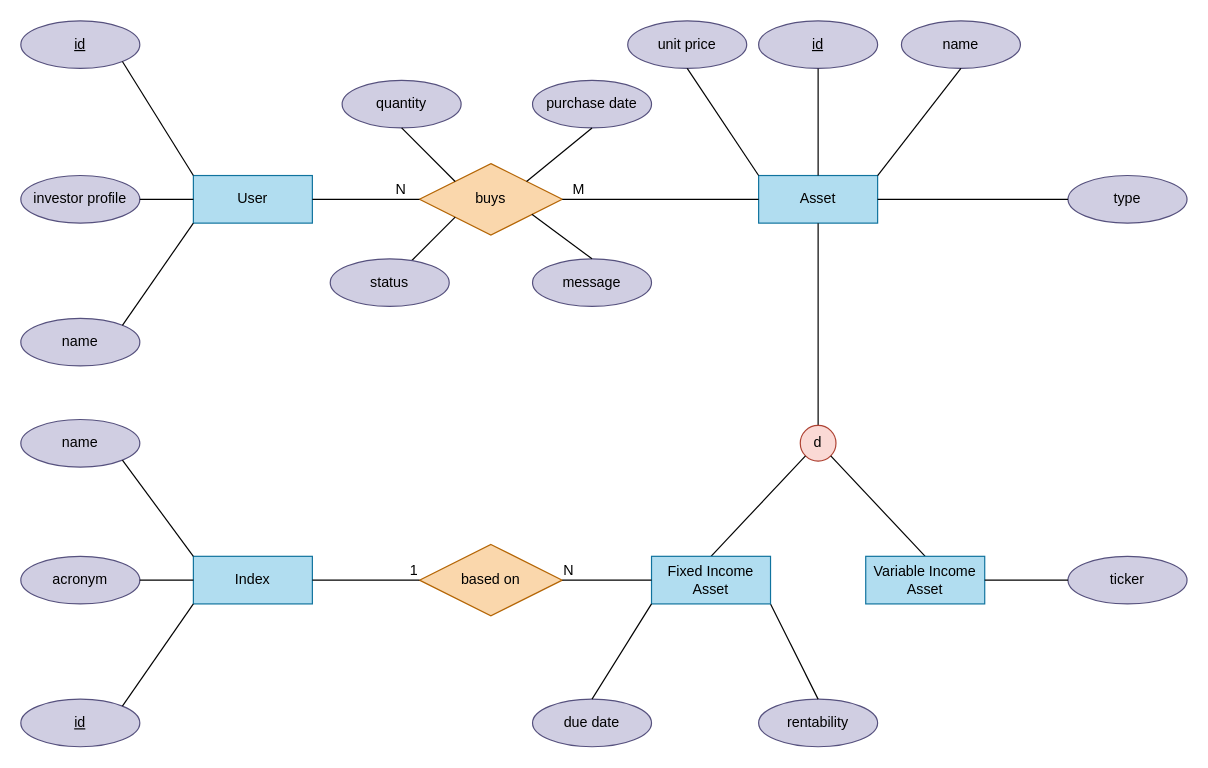
Earlier version of the draw.io diagram investment_db.drawio (lincolnjpg/investment_service). Source tidied: cells renumbered, new cells numbered last; positions are measured from the earlier drawing's top-left corner, leaving out a move shared by most shapes. Both pictures are drawn from the tidied source at 119%, with x=0, y=0 at pixel (20, 20).
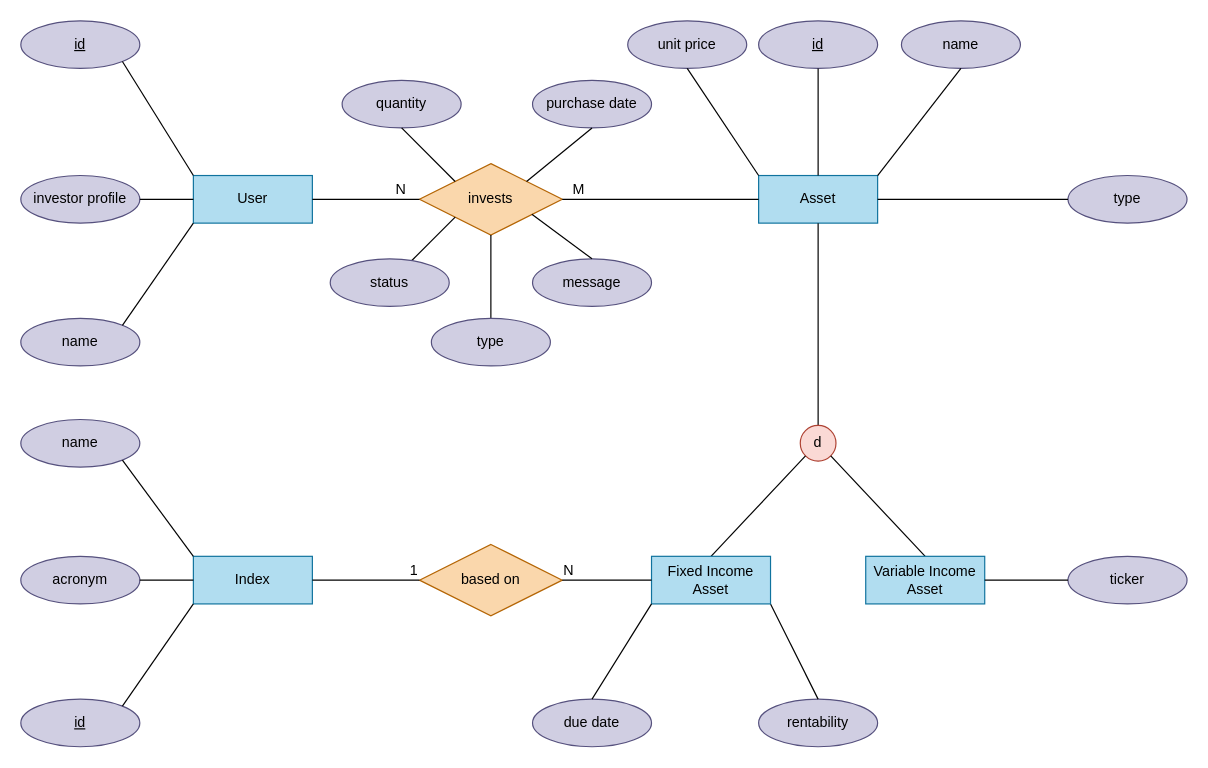
Above is the later version.

The edit, as a diff of the source:
```diff
@@
-    <mxCell id="5" value="buys" style="shape=rhombus;perimeter=rhombusPerimeter;whiteSpace=wrap;html=1;align=center;fillColor=#fad7ac;strokeColor=#b46504;" parent="1" vertex="1">
+    <mxCell id="5" value="invests" style="shape=rhombus;perimeter=rhombusPerimeter;whiteSpace=wrap;html=1;align=center;fillColor=#fad7ac;strokeColor=#b46504;" parent="1" vertex="1">
       <mxGeometry x="335" y="120" width="120" height="60" as="geometry" />
     </mxCell>
@@
+    <mxCell id="55" style="endArrow=none;html=1;rounded=0;exitX=0.5;exitY=1;exitDx=0;exitDy=0;entryX=0.5;entryY=0;entryDx=0;entryDy=0;" parent="1" edge="1" source="5" target="56">
+      <mxGeometry relative="1" as="geometry" />
+    </mxCell>
+    <mxCell id="56" value="type" style="ellipse;whiteSpace=wrap;html=1;align=center;fillColor=#d0cee2;strokeColor=#56517e;" parent="1" vertex="1">
+      <mxGeometry x="345" y="250" width="100" height="40" as="geometry" />
+    </mxCell>
```
